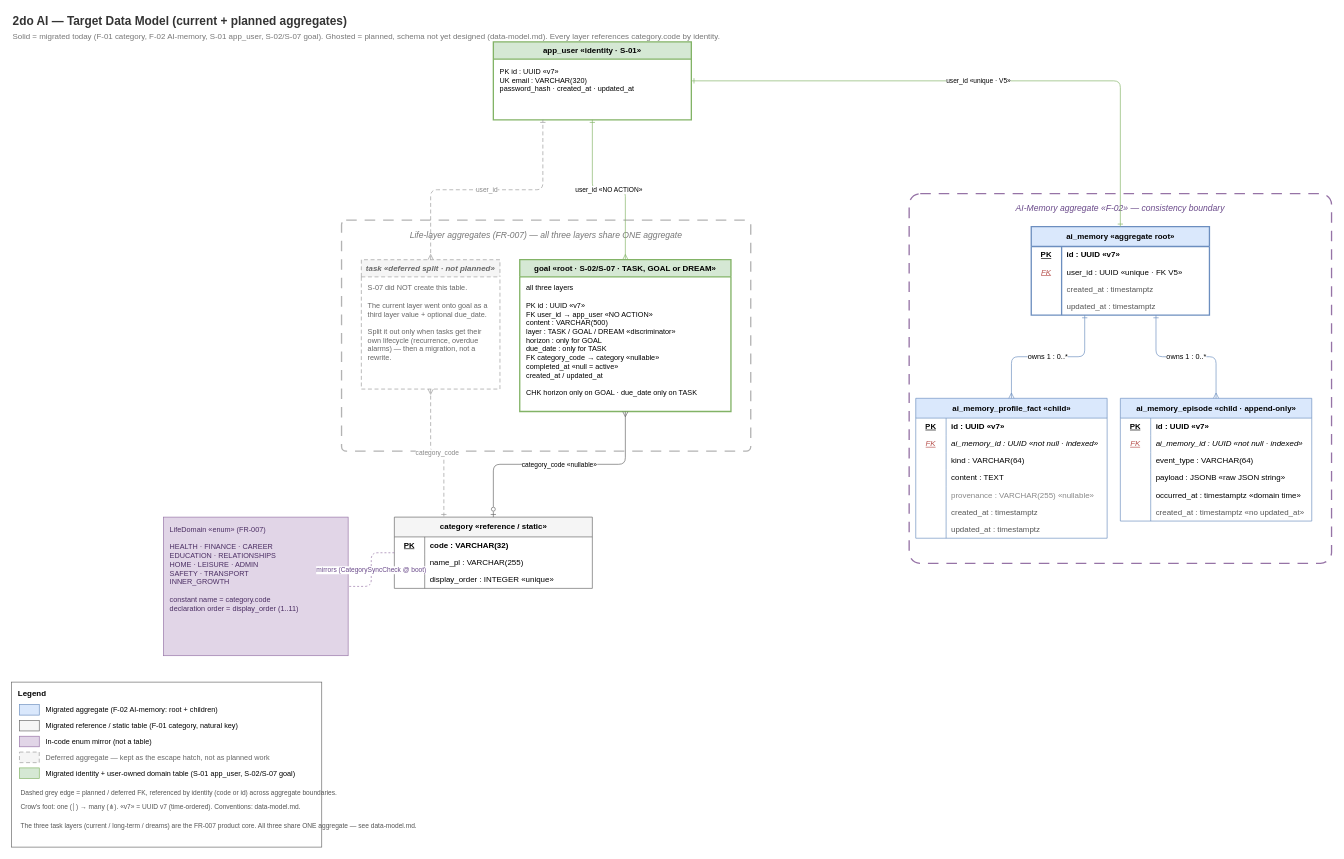
Before: context/foundation/data-model-target.drawio in TheDariusz/2doai, a draw.io diagram. Source tidied: cells renumbered, new cells numbered last; positions are measured from the earlier drawing's top-left corner, leaving out a move shared by most shapes. Both pictures are drawn from the tidied source at 66%, with x=0, y=0 at pixel (11, 11).
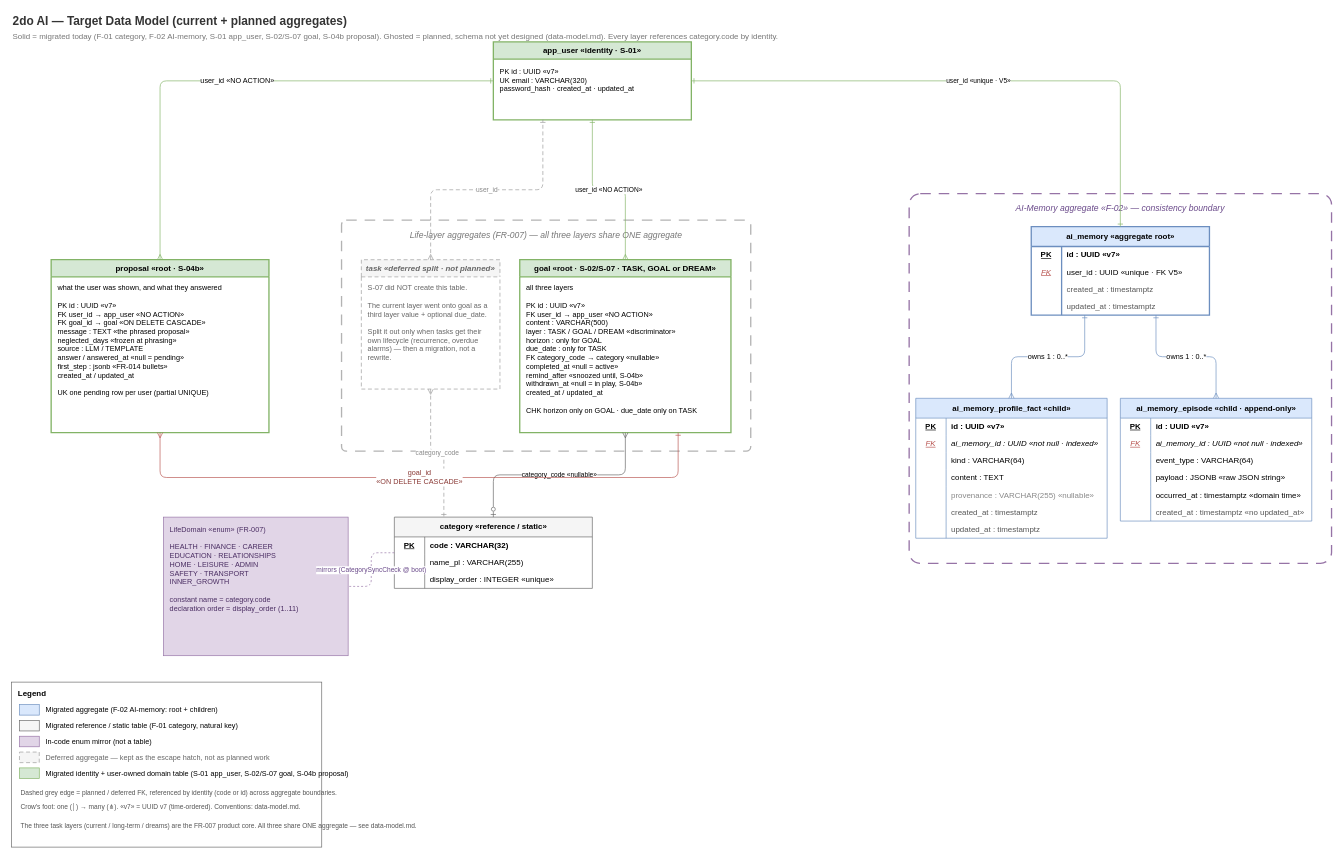
The same page after the edit.

The change refers to these unchanged cells:
```xml
<mxCell id="6" value="app_user  «identity · S-01»" style="swimlane;startSize=26;html=1;fillColor=#d5e8d4;strokeColor=#82b366;strokeWidth=2;fontStyle=1;align=center;whiteSpace=wrap;" parent="1" vertex="1">
  <mxGeometry x="730" y="46" width="300" height="118" as="geometry" />
</mxCell>
<mxCell id="85" value="Legend" style="rounded=0;whiteSpace=wrap;html=1;fillColor=none;strokeColor=#666666;verticalAlign=top;fontStyle=1;align=left;spacingLeft=8;spacingTop=4;" parent="1" vertex="1">
  <mxGeometry y="1016" width="470" height="250" as="geometry" />
</mxCell>
```

The edit, as a diff of the source:
```diff
@@
-    <mxCell id="3" value="Solid = migrated today (F-01 category, F-02 AI-memory, S-01 app_user, S-02/S-07 goal).   Ghosted = planned, schema not yet designed (data-model.md).   Every layer references category.code by identity." style="text;html=1;align=left;verticalAlign=middle;fontSize=12;fontColor=#777777;" parent="1" vertex="1">
+    <mxCell id="3" value="Solid = migrated today (F-01 category, F-02 AI-memory, S-01 app_user, S-02/S-07 goal, S-04b proposal).   Ghosted = planned, schema not yet designed (data-model.md).   Every layer references category.code by identity." style="text;html=1;align=left;verticalAlign=middle;fontSize=12;fontColor=#777777;" parent="1" vertex="1">
       <mxGeometry y="28" width="1200" height="20" as="geometry" />
     </mxCell>
@@
     <mxCell id="21" value="goal  «root · S-02/S-07 · TASK, GOAL or DREAM»" style="swimlane;startSize=26;html=1;fillColor=#d5e8d4;strokeColor=#82b366;strokeWidth=2;fontStyle=1;align=center;whiteSpace=wrap;" parent="1" vertex="1">
-      <mxGeometry x="770" y="376" width="320" height="230" as="geometry" />
+      <mxGeometry x="770" y="376" width="320" height="262" as="geometry" />
     </mxCell>
-    <mxCell id="22" value="all three layers&#10;&#10;PK   id : UUID «v7»&#10;FK   user_id → app_user  «NO ACTION»&#10;         content : VARCHAR(500)&#10;         layer : TASK / GOAL / DREAM  «discriminator»&#10;         horizon : only for GOAL&#10;         due_date : only for TASK&#10;FK   category_code → category  «nullable»&#10;         completed_at  «null = active»&#10;         created_at / updated_at&#10;&#10;CHK  horizon only on GOAL · due_date only on TASK" style="text;html=1;align=left;verticalAlign=top;spacingLeft=8;spacingTop=4;fontSize=11;whiteSpace=wrap;" parent="21" vertex="1">
-      <mxGeometry y="26" width="320" height="204" as="geometry" />
+    <mxCell id="22" value="all three layers&#10;&#10;PK   id : UUID «v7»&#10;FK   user_id → app_user  «NO ACTION»&#10;         content : VARCHAR(500)&#10;         layer : TASK / GOAL / DREAM  «discriminator»&#10;         horizon : only for GOAL&#10;         due_date : only for TASK&#10;FK   category_code → category  «nullable»&#10;         completed_at  «null = active»&#10;         remind_after  «snoozed until, S-04b»&#10;         withdrawn_at  «null = in play, S-04b»&#10;         created_at / updated_at&#10;&#10;CHK  horizon only on GOAL · due_date only on TASK" style="text;html=1;align=left;verticalAlign=top;spacingLeft=8;spacingTop=4;fontSize=11;whiteSpace=wrap;" parent="21" vertex="1">
+      <mxGeometry y="26" width="320" height="236" as="geometry" />
     </mxCell>
@@
+    <mxCell id="99" value="proposal   «root · S-04b»" style="swimlane;startSize=26;html=1;fillColor=#d5e8d4;strokeColor=#82b366;strokeWidth=2;fontStyle=1;align=center;whiteSpace=wrap;" parent="1" vertex="1">
+      <mxGeometry x="60" y="376" width="330" height="262" as="geometry" />
+    </mxCell>
+    <mxCell id="100" value="what the user was shown, and what they answered&#10;&#10;PK   id : UUID «v7»&#10;FK   user_id → app_user  «NO ACTION»&#10;FK   goal_id → goal  «ON DELETE CASCADE»&#10;         message : TEXT  «the phrased proposal»&#10;         neglected_days  «frozen at phrasing»&#10;         source : LLM / TEMPLATE&#10;         answer / answered_at  «null = pending»&#10;         first_step : jsonb  «FR-014 bullets»&#10;         created_at / updated_at&#10;&#10;UK   one pending row per user  (partial UNIQUE)" style="text;html=1;align=left;verticalAlign=top;spacingLeft=8;spacingTop=4;fontSize=11;whiteSpace=wrap;" parent="99" vertex="1">
+      <mxGeometry y="26" width="330" height="236" as="geometry" />
+    </mxCell>
+    <mxCell id="101" value="user_id  «NO ACTION»" style="edgeStyle=orthogonalEdgeStyle;rounded=1;jettySize=auto;html=1;startArrow=ERmany;startFill=0;endArrow=ERone;endFill=0;strokeColor=#82b366;fontSize=11;labelBackgroundColor=#ffffff;exitX=0.5;exitY=0;exitDx=0;exitDy=0;entryX=0;entryY=0.5;entryDx=0;entryDy=0;" parent="1" edge="1" source="99" target="6">
+      <mxGeometry relative="1" as="geometry" />
+    </mxCell>
+    <mxCell id="102" value="goal_id&#10;«ON DELETE CASCADE»" style="edgeStyle=orthogonalEdgeStyle;rounded=1;jettySize=auto;html=1;startArrow=ERmany;startFill=0;endArrow=ERone;endFill=0;strokeColor=#b85450;fontColor=#8a3a36;fontSize=11;labelBackgroundColor=#ffffff;exitX=0.5;exitY=1;exitDx=0;exitDy=0;entryX=0.75;entryY=1;entryDx=0;entryDy=0;" parent="1" edge="1" source="99" target="21">
+      <mxGeometry relative="1" as="geometry">
+        <Array as="points">
+          <mxPoint x="225" y="706" />
+          <mxPoint x="1010" y="706" />
+        </Array>
+      </mxGeometry>
+    </mxCell>
@@
-    <mxCell id="95" value="Migrated identity + user-owned domain table (S-01 app_user, S-02/S-07 goal)" style="text;html=1;align=left;verticalAlign=middle;fontSize=11;" parent="85" vertex="1">
+    <mxCell id="95" value="Migrated identity + user-owned domain table (S-01 app_user, S-02/S-07 goal, S-04b proposal)" style="text;html=1;align=left;verticalAlign=middle;fontSize=11;" parent="85" vertex="1">
       <mxGeometry x="50" y="128" width="410" height="20" as="geometry" />
     </mxCell>
```
